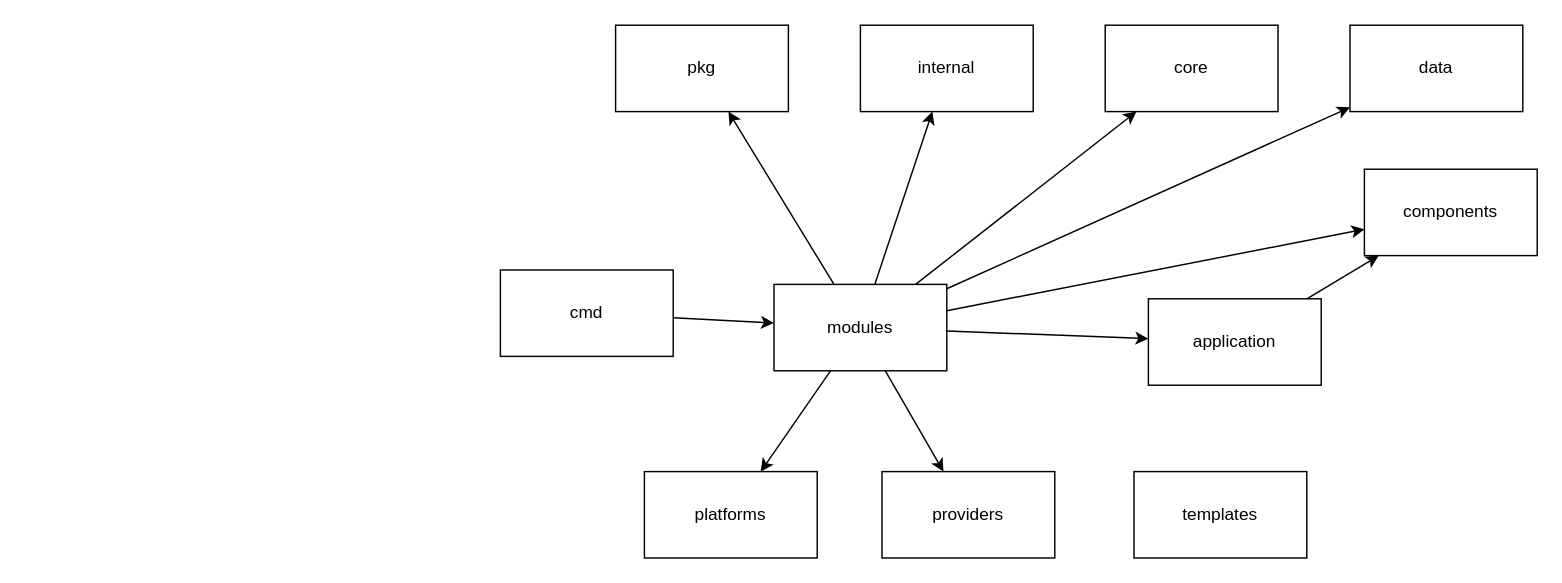
ahmettsoner/pars keeps this draw.io diagram as page "Page-2" (2 of 2) of .notes/arch.dio. Above is the earlier version. Source tidied: cells renumbered, new cells numbered last; positions are measured from the earlier drawing's top-left corner, leaving out a move shared by most shapes. Both pictures are drawn from the tidied source at 144%, with x=0, y=0 at pixel (500, 24).
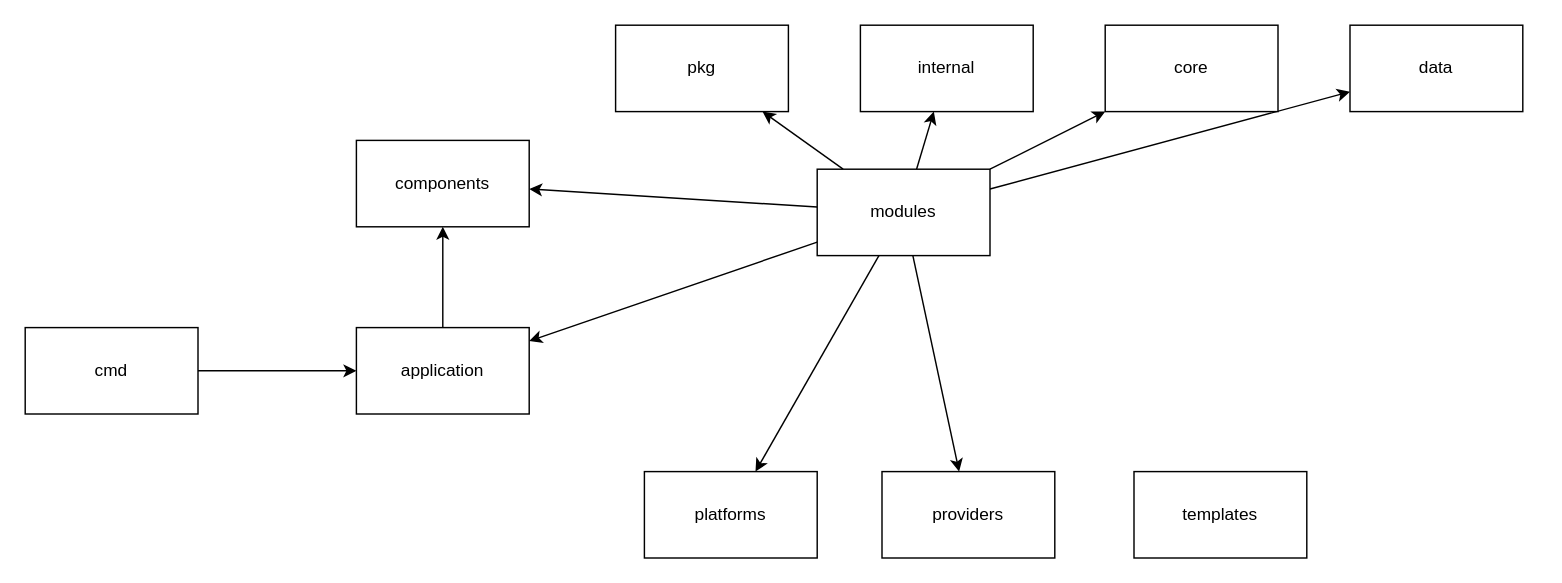
Above is the later version.

What changed in the source:
```diff
@@
-    <mxCell id="2" style="edgeStyle=none;html=1;" parent="1" edge="1" source="3" target="15">
+    <mxCell id="2" style="edgeStyle=none;html=1;" parent="1" edge="1" source="3" target="5">
       <mxGeometry relative="1" as="geometry" />
     </mxCell>
     <mxCell id="3" value="cmd" style="rounded=0;whiteSpace=wrap;html=1;" parent="1" vertex="1">
-      <mxGeometry y="170" width="120" height="60" as="geometry" />
+      <mxGeometry x="-330" y="210" width="120" height="60" as="geometry" />
     </mxCell>
@@
     <mxCell id="5" value="application" style="rounded=0;whiteSpace=wrap;html=1;" parent="1" vertex="1">
-      <mxGeometry x="450" y="190" width="120" height="60" as="geometry" />
+      <mxGeometry x="-100" y="210" width="120" height="60" as="geometry" />
     </mxCell>
     <mxCell id="6" value="c&lt;span style=&quot;background-color: transparent;&quot;&gt;omponents&lt;/span&gt;" style="rounded=0;whiteSpace=wrap;html=1;" parent="1" vertex="1">
-      <mxGeometry x="600" y="100" width="120" height="60" as="geometry" />
+      <mxGeometry x="-100" y="80" width="120" height="60" as="geometry" />
     </mxCell>
@@
     <mxCell id="15" value="modules" style="rounded=0;whiteSpace=wrap;html=1;" parent="1" vertex="1">
-      <mxGeometry x="190" y="180" width="120" height="60" as="geometry" />
+      <mxGeometry x="220" y="100" width="120" height="60" as="geometry" />
     </mxCell>
```
